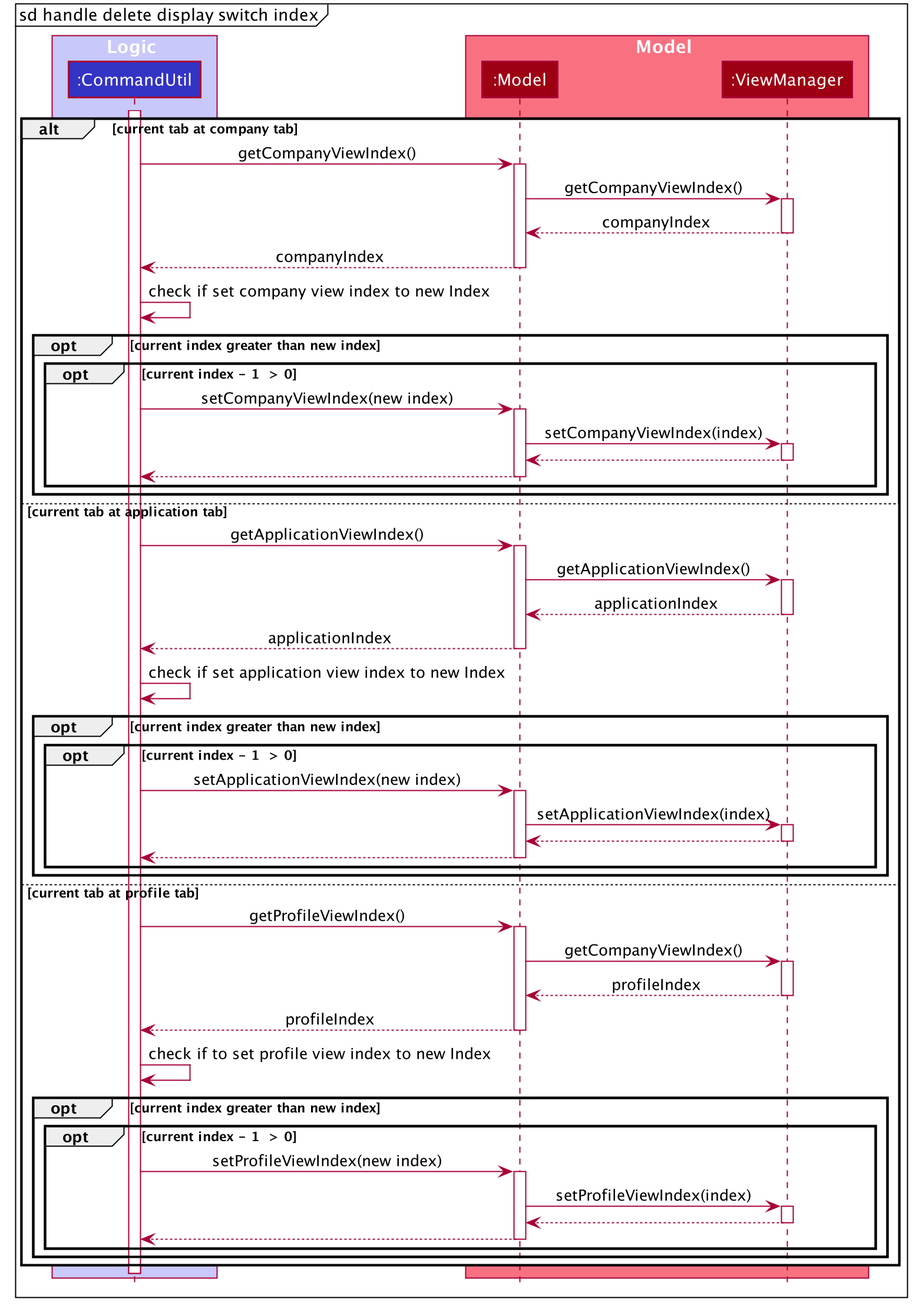
This is docs/images/HandleDeleteDisplaySwitchIndexSequenceDiagram.png from shawn-nyk/tp, a PlantUML export, as it was before one commit.
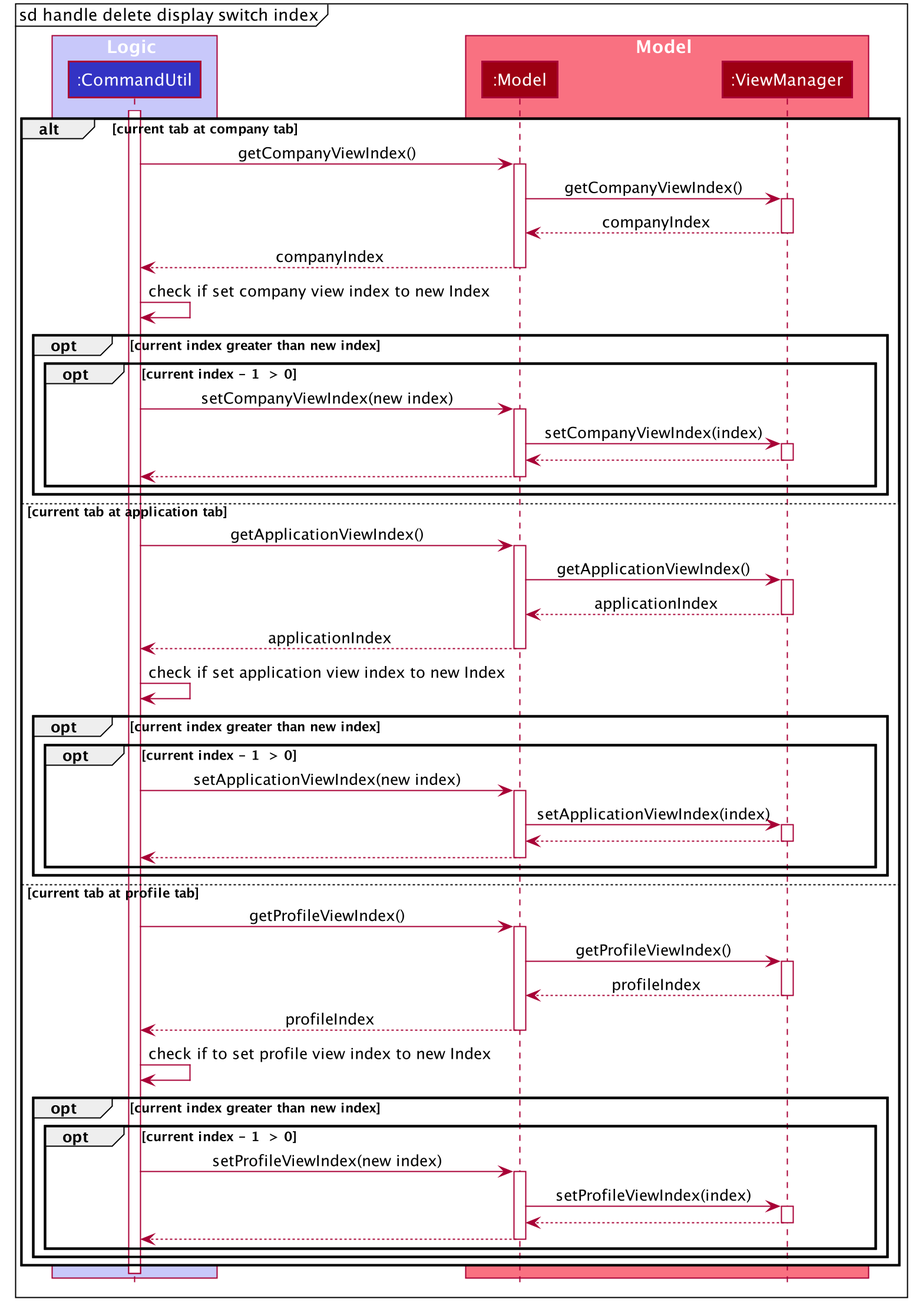
Later version of the same file.

Diff of the diagram source:
```diff
@@ -109,7 +109,7 @@
 else current tab at profile tab
     CommandUtil -> Model : getProfileViewIndex()
     activate Model
-    Model -> ViewManager : getCompanyViewIndex()
+    Model -> ViewManager : getProfileViewIndex()
     activate ViewManager
     ViewManager --> Model :  profileIndex
     deactivate ViewManager
```
